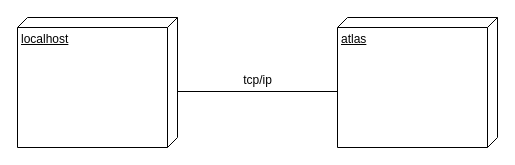
Earlier version of the draw.io diagram docs/N1/VF.drawio (SEM5PI2324G58/sem5pi_g58_23_24). Source tidied: cells renumbered, new cells numbered last; positions are measured from the earlier drawing's top-left corner, leaving out a move shared by most shapes. Both pictures are drawn from the tidied source at 100%, with x=0, y=0 at pixel (17, 17).
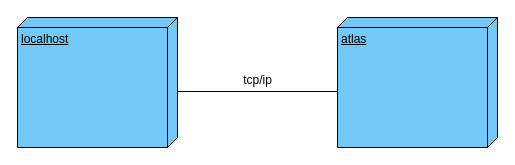
Above is the later version.

What changed in the source:
```diff
@@
 <mxGraphModel>
   <root>
     <mxCell id="0" />
     <mxCell id="1" parent="0" />
-    <mxCell id="2" value="localhost" style="verticalAlign=top;align=left;spacingTop=8;spacingLeft=2;spacingRight=12;shape=cube;size=10;direction=south;fontStyle=4;html=1;whiteSpace=wrap;" parent="1" vertex="1">
+    <mxCell id="2" value="localhost" style="verticalAlign=top;align=left;spacingTop=8;spacingLeft=2;spacingRight=12;shape=cube;size=10;direction=south;fontStyle=4;html=1;whiteSpace=wrap;fillColor=#72c9f7;" parent="1" vertex="1">
       <mxGeometry width="160" height="130" as="geometry" />
     </mxCell>
     <mxCell id="3" style="line;strokeWidth=1;fillColor=none;align=left;verticalAlign=middle;spacingTop=-1;spacingLeft=3;spacingRight=3;labelPosition=right;strokeColor=inherit;" parent="1" vertex="1">
       <mxGeometry x="160" y="70" width="160" height="8" as="geometry" />
     </mxCell>
-    <mxCell id="4" value="atlas" style="verticalAlign=top;align=left;spacingTop=8;spacingLeft=2;spacingRight=12;shape=cube;size=10;direction=south;fontStyle=4;html=1;whiteSpace=wrap;" parent="1" vertex="1">
+    <mxCell id="4" value="atlas" style="verticalAlign=top;align=left;spacingTop=8;spacingLeft=2;spacingRight=12;shape=cube;size=10;direction=south;fontStyle=4;html=1;whiteSpace=wrap;fillColor=#72c9f7;" parent="1" vertex="1">
       <mxGeometry x="320" width="160" height="130" as="geometry" />
     </mxCell>
     <mxCell id="5" value="tcp/ip" style="text;html=1;align=center;verticalAlign=middle;strokeColor=none;fillColor=none;" parent="1" vertex="1">
       <mxGeometry x="215" y="48" width="50" height="30" as="geometry" />
     </mxCell>
   </root>
 </mxGraphModel>
```
